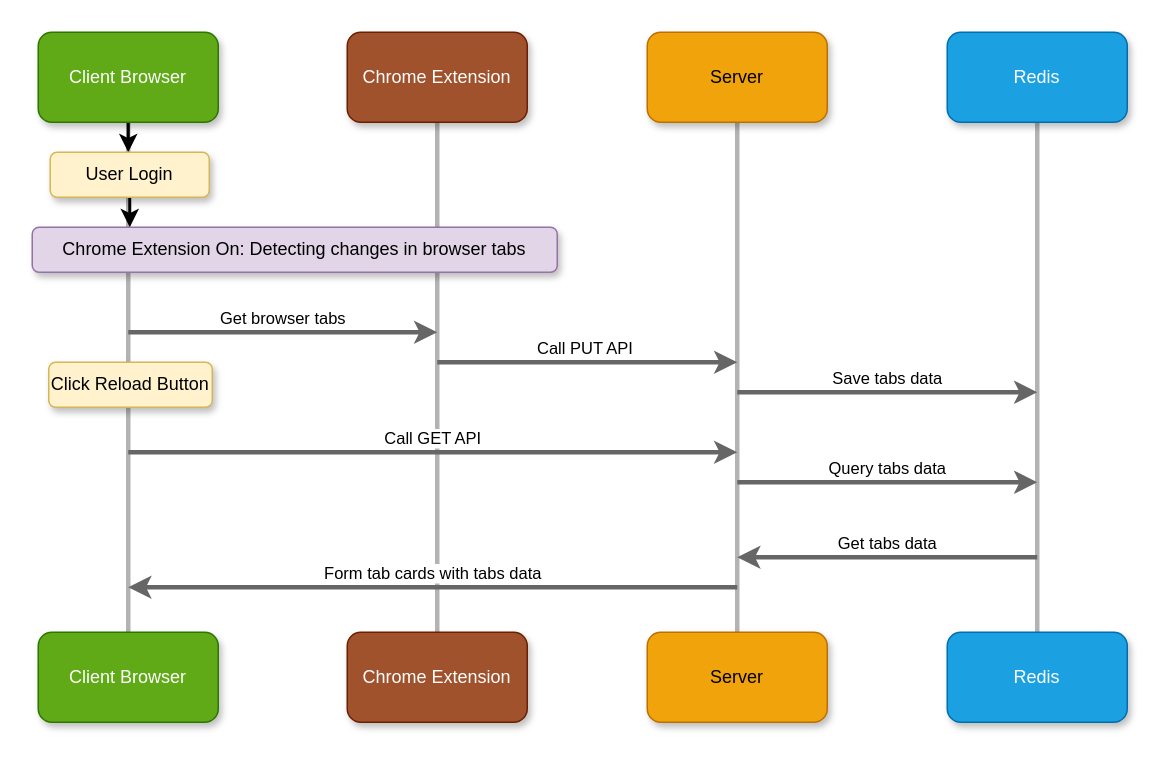
Before: README/Extension Architecture.drawio in tom54699/Tobicord, a draw.io diagram. Source tidied: cells renumbered, new cells numbered last; positions are measured from the earlier drawing's top-left corner, leaving out a move shared by most shapes. Both pictures are drawn from the tidied source at 150%, with x=0, y=0 at pixel (32, 32).
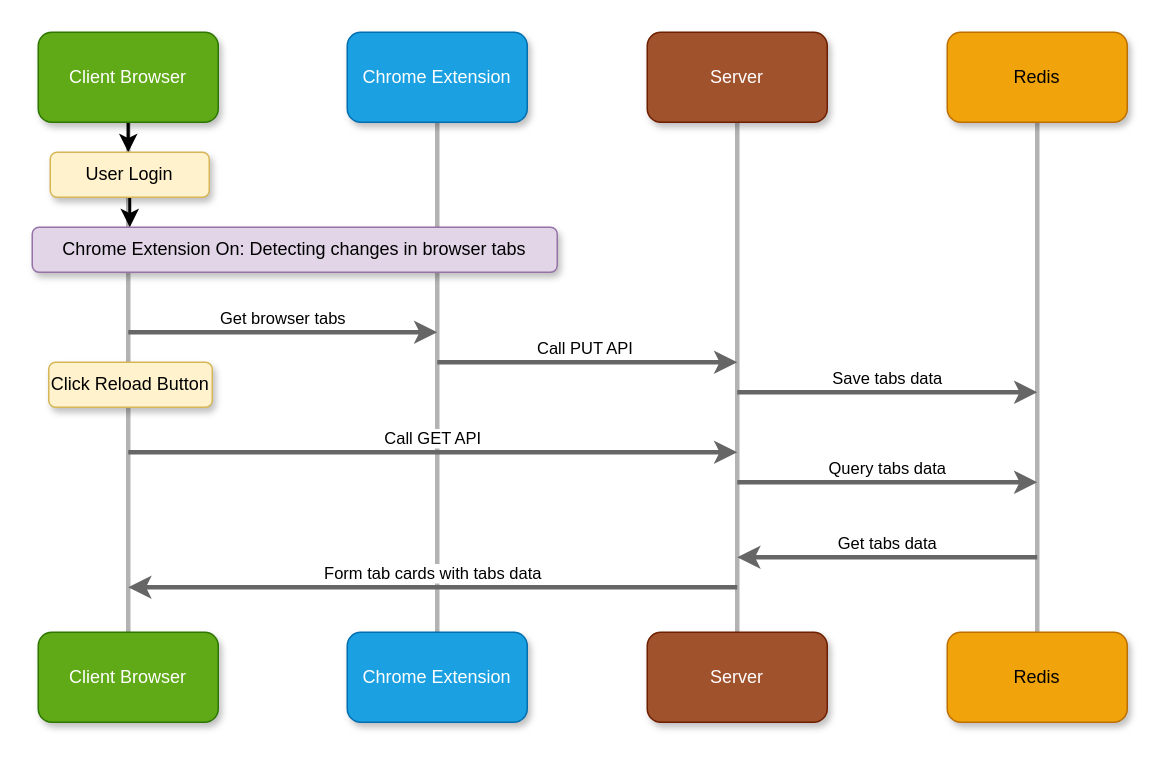
The same diagram, later.

What changed in the source:
```diff
@@
-    <mxCell id="6" value="Server" style="rounded=1;whiteSpace=wrap;html=1;fillColor=#f0a30a;strokeColor=#BD7000;fontColor=#000000;shadow=1;" parent="1" vertex="1">
+    <mxCell id="6" value="Server" style="rounded=1;whiteSpace=wrap;html=1;fillColor=#a0522d;strokeColor=#6D1F00;fontColor=#ffffff;shadow=1;" parent="1" vertex="1">
       <mxGeometry x="410" width="120" height="60" as="geometry" />
     </mxCell>
@@
-    <mxCell id="8" value="Chrome Extension" style="rounded=1;whiteSpace=wrap;html=1;fillColor=#a0522d;strokeColor=#6D1F00;fontColor=#ffffff;shadow=1;" parent="1" vertex="1">
+    <mxCell id="8" value="Chrome Extension" style="rounded=1;whiteSpace=wrap;html=1;fillColor=#1ba1e2;strokeColor=#006EAF;fontColor=#ffffff;shadow=1;" parent="1" vertex="1">
       <mxGeometry x="210" width="120" height="60" as="geometry" />
     </mxCell>
@@
-    <mxCell id="10" value="Chrome Extension" style="rounded=1;whiteSpace=wrap;html=1;fillColor=#a0522d;strokeColor=#6D1F00;fontColor=#ffffff;shadow=1;" parent="1" vertex="1">
+    <mxCell id="10" value="Chrome Extension" style="rounded=1;whiteSpace=wrap;html=1;fillColor=#1ba1e2;strokeColor=#006EAF;fontColor=#ffffff;shadow=1;" parent="1" vertex="1">
       <mxGeometry x="210" y="400" width="120" height="60" as="geometry" />
     </mxCell>
-    <mxCell id="11" value="Server" style="rounded=1;whiteSpace=wrap;html=1;fillColor=#f0a30a;strokeColor=#BD7000;fontColor=#000000;shadow=1;" parent="1" vertex="1">
+    <mxCell id="11" value="Server" style="rounded=1;whiteSpace=wrap;html=1;fillColor=#a0522d;strokeColor=#6D1F00;fontColor=#ffffff;shadow=1;" parent="1" vertex="1">
       <mxGeometry x="410" y="400" width="120" height="60" as="geometry" />
     </mxCell>
@@
-    <mxCell id="16" value="Redis" style="rounded=1;whiteSpace=wrap;html=1;fillColor=#1ba1e2;strokeColor=#006EAF;fontColor=#ffffff;shadow=1;" parent="1" vertex="1">
+    <mxCell id="16" value="Redis" style="rounded=1;whiteSpace=wrap;html=1;fillColor=#f0a30a;strokeColor=#BD7000;fontColor=#000000;shadow=1;" parent="1" vertex="1">
       <mxGeometry x="610" width="120" height="60" as="geometry" />
     </mxCell>
-    <mxCell id="17" value="Redis" style="rounded=1;whiteSpace=wrap;html=1;fillColor=#1ba1e2;strokeColor=#006EAF;fontColor=#ffffff;shadow=1;" parent="1" vertex="1">
+    <mxCell id="17" value="Redis" style="rounded=1;whiteSpace=wrap;html=1;fillColor=#f0a30a;strokeColor=#BD7000;fontColor=#000000;shadow=1;" parent="1" vertex="1">
       <mxGeometry x="610" y="400" width="120" height="60" as="geometry" />
     </mxCell>
```
